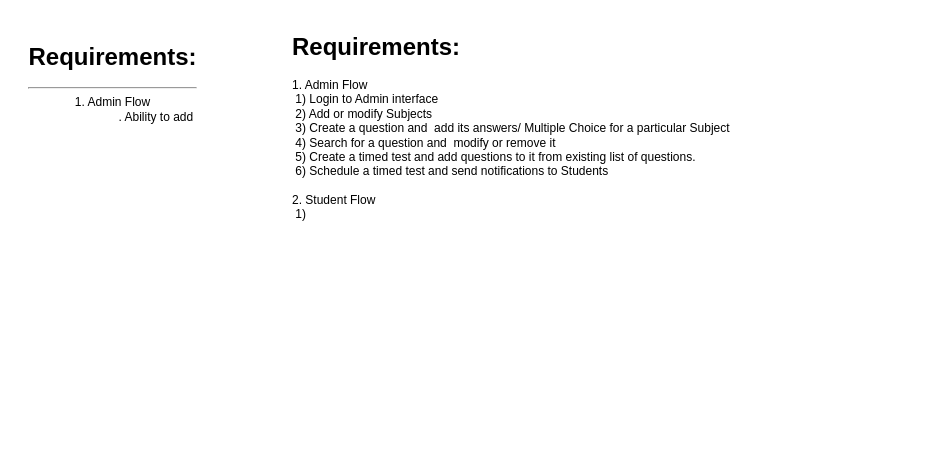
The draw.io diagram System Design- Pareeksha.drawio in Saikapp/order-management-system, before the edit. Source tidied: cells renumbered, new cells numbered last; positions are measured from the earlier drawing's top-left corner, leaving out a move shared by most shapes. Both pictures are drawn from the tidied source at 100%, with x=0, y=0 at pixel (17, 17).
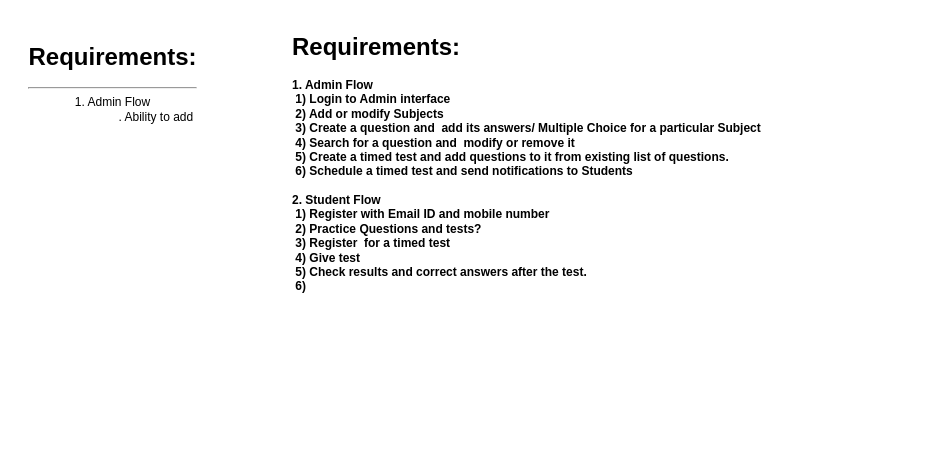
After the change.

Diff of the diagram source:
```diff
@@
 <mxGraphModel>
   <root>
     <mxCell id="0" />
     <mxCell id="1" parent="0" />
     <mxCell id="2" value="&lt;h1&gt;Requirements:&lt;/h1&gt;&lt;div&gt;&lt;hr id=&quot;null&quot;&gt;1. Admin Flow&lt;/div&gt;&lt;div style=&quot;text-align: right;&quot;&gt;. Ability to add&amp;nbsp;&lt;/div&gt;&lt;div&gt;&lt;br&gt;&lt;/div&gt;" style="text;html=1;align=center;verticalAlign=middle;strokeColor=none;fillColor=none;" parent="1" vertex="1">
       <mxGeometry width="190" height="130" as="geometry" />
     </mxCell>
-    <mxCell id="3" value="&lt;h1&gt;Requirements:&lt;/h1&gt;&lt;div&gt;1. Admin Flow&lt;/div&gt;&lt;div&gt;&lt;span style=&quot;white-space: pre;&quot;&gt; &lt;/span&gt;1)&amp;nbsp;Login to Admin interface&lt;br&gt;&lt;/div&gt;&lt;div&gt;&lt;span style=&quot;white-space: pre;&quot;&gt; &lt;/span&gt;2) Add or modify Subjects&lt;br&gt;&lt;/div&gt;&lt;div&gt;&lt;span style=&quot;white-space: pre;&quot;&gt; &lt;/span&gt;3) Create a question and&amp;nbsp; add its answers/ Multiple Choice for a particular Subject&lt;br&gt;&lt;/div&gt;&lt;div&gt;&lt;span style=&quot;white-space: pre;&quot;&gt; &lt;/span&gt;4) Search for a question and&amp;nbsp; modify or remove it&lt;br&gt;&lt;/div&gt;&lt;div&gt;&lt;span style=&quot;white-space: pre;&quot;&gt; &lt;/span&gt;5) Create a timed test and add questions to it from existing list of questions.&lt;br&gt;&lt;/div&gt;&lt;div&gt;&lt;span style=&quot;white-space: pre;&quot;&gt; &lt;/span&gt;6) Schedule a timed test and send notifications to Students&lt;br&gt;&lt;/div&gt;&lt;div&gt;&lt;br&gt;&lt;/div&gt;&lt;div&gt;2. Student Flow&lt;/div&gt;&lt;div&gt;&lt;span style=&quot;white-space: pre;&quot;&gt; &lt;/span&gt;1)&amp;nbsp;&lt;br&gt;&lt;/div&gt;&lt;div&gt;&lt;span style=&quot;white-space: pre;&quot;&gt; &lt;/span&gt;&lt;br&gt;&lt;/div&gt;" style="text;html=1;strokeColor=none;fillColor=none;spacing=5;spacingTop=-20;whiteSpace=wrap;overflow=hidden;rounded=0;" parent="1" vertex="1">
-      <mxGeometry x="270" y="10" width="480" height="430" as="geometry" />
+    <mxCell id="3" value="&lt;h1&gt;Requirements:&lt;/h1&gt;&lt;div&gt;&lt;b&gt;1. Admin Flow&lt;/b&gt;&lt;/div&gt;&lt;div&gt;&lt;b&gt;&lt;span style=&quot;white-space: pre;&quot;&gt; &lt;/span&gt;1)&amp;nbsp;Login to Admin interface&lt;br&gt;&lt;/b&gt;&lt;/div&gt;&lt;div&gt;&lt;b&gt;&lt;span style=&quot;white-space: pre;&quot;&gt; &lt;/span&gt;2) Add or modify Subjects&lt;br&gt;&lt;/b&gt;&lt;/div&gt;&lt;div&gt;&lt;b&gt;&lt;span style=&quot;white-space: pre;&quot;&gt; &lt;/span&gt;3) Create a question and&amp;nbsp; add its answers/ Multiple Choice for a particular Subject&lt;br&gt;&lt;/b&gt;&lt;/div&gt;&lt;div&gt;&lt;b&gt;&lt;span style=&quot;white-space: pre;&quot;&gt; &lt;/span&gt;4) Search for a question and&amp;nbsp; modify or remove it&lt;br&gt;&lt;/b&gt;&lt;/div&gt;&lt;div&gt;&lt;b&gt;&lt;span style=&quot;white-space: pre;&quot;&gt; &lt;/span&gt;5) Create a timed test and add questions to it from existing list of questions.&lt;br&gt;&lt;/b&gt;&lt;/div&gt;&lt;div&gt;&lt;b&gt;&lt;span style=&quot;white-space: pre;&quot;&gt; &lt;/span&gt;6) Schedule a timed test and send notifications to Students&lt;br&gt;&lt;/b&gt;&lt;/div&gt;&lt;div&gt;&lt;b&gt;&lt;br&gt;&lt;/b&gt;&lt;/div&gt;&lt;div&gt;&lt;b&gt;2. Student Flow&lt;/b&gt;&lt;/div&gt;&lt;div&gt;&lt;b&gt;&lt;span style=&quot;white-space: pre;&quot;&gt; &lt;/span&gt;1) Register with Email ID and mobile number&lt;/b&gt;&lt;/div&gt;&lt;div&gt;&lt;b&gt;&lt;span style=&quot;white-space: pre;&quot;&gt; &lt;/span&gt;2) Practice Questions and tests?&lt;/b&gt;&lt;/div&gt;&lt;div&gt;&lt;b&gt;&lt;span style=&quot;white-space: pre;&quot;&gt; &lt;/span&gt;3) Register&amp;nbsp; for a timed test&lt;br&gt;&lt;/b&gt;&lt;/div&gt;&lt;div&gt;&lt;b&gt;&lt;span style=&quot;white-space: pre;&quot;&gt; &lt;/span&gt;4) Give test&lt;br&gt;&lt;/b&gt;&lt;/div&gt;&lt;div&gt;&lt;b&gt;&lt;span style=&quot;white-space: pre;&quot;&gt; &lt;/span&gt;5) Check results and correct answers after the test.&lt;br&gt;&lt;/b&gt;&lt;/div&gt;&lt;div&gt;&lt;b&gt;&lt;span style=&quot;white-space: pre;&quot;&gt; &lt;/span&gt;6)&lt;br&gt;&lt;/b&gt;&lt;/div&gt;&lt;div&gt;&lt;span style=&quot;white-space: pre;&quot;&gt;&lt;b&gt; &lt;/b&gt;&lt;/span&gt;&lt;br&gt;&lt;/div&gt;" style="text;html=1;strokeColor=none;fillColor=none;spacing=5;spacingTop=-20;whiteSpace=wrap;overflow=hidden;rounded=0;" parent="1" vertex="1">
+      <mxGeometry x="270" y="10" width="630" height="430" as="geometry" />
     </mxCell>
   </root>
 </mxGraphModel>
```
